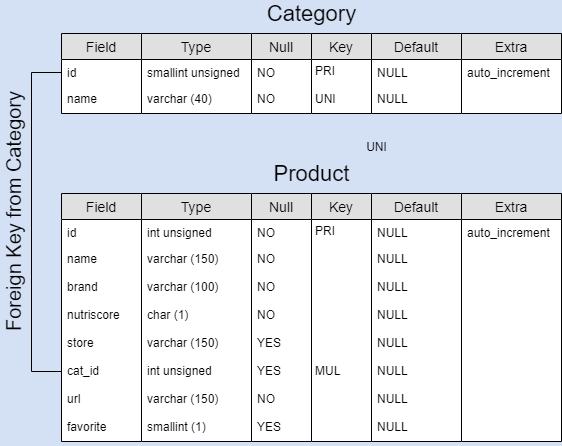
The draw.io diagram physic_data_model.png in Tony380/Projet5, before a commit. Source tidied: cells renumbered, new cells last; positions are measured from the earlier drawing's top-left corner, leaving out a move shared by most shapes.
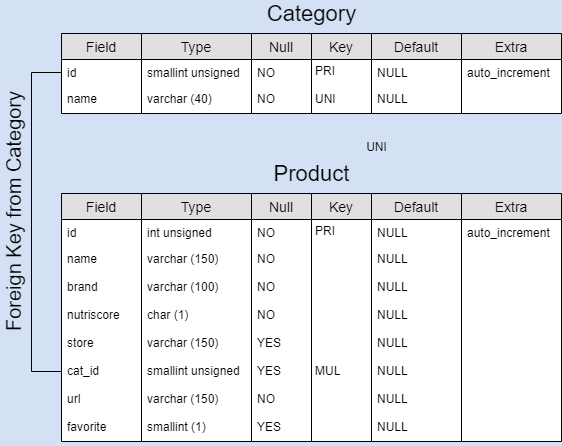
Above is the later version.

The edit, as a diff of the source:
```diff
@@ -91,7 +91,7 @@
     <mxCell id="29" value="varchar (150)" style="text;strokeColor=none;fillColor=none;spacingLeft=4;spacingRight=4;overflow=hidden;fontSize=12;" parent="24" vertex="1">
       <mxGeometry y="136" width="110" height="28" as="geometry" />
     </mxCell>
-    <mxCell id="30" value="int unsigned" style="text;strokeColor=none;fillColor=none;spacingLeft=4;spacingRight=4;overflow=hidden;fontSize=12;" parent="24" vertex="1">
+    <mxCell id="30" value="smallint unsigned" style="text;strokeColor=none;fillColor=none;spacingLeft=4;spacingRight=4;overflow=hidden;fontSize=12;" parent="24" vertex="1">
       <mxGeometry y="164" width="110" height="28" as="geometry" />
     </mxCell>
     <mxCell id="31" value="varchar (150)" style="text;strokeColor=none;fillColor=none;spacingLeft=4;spacingRight=4;overflow=hidden;fontSize=12;" parent="24" vertex="1">
```
